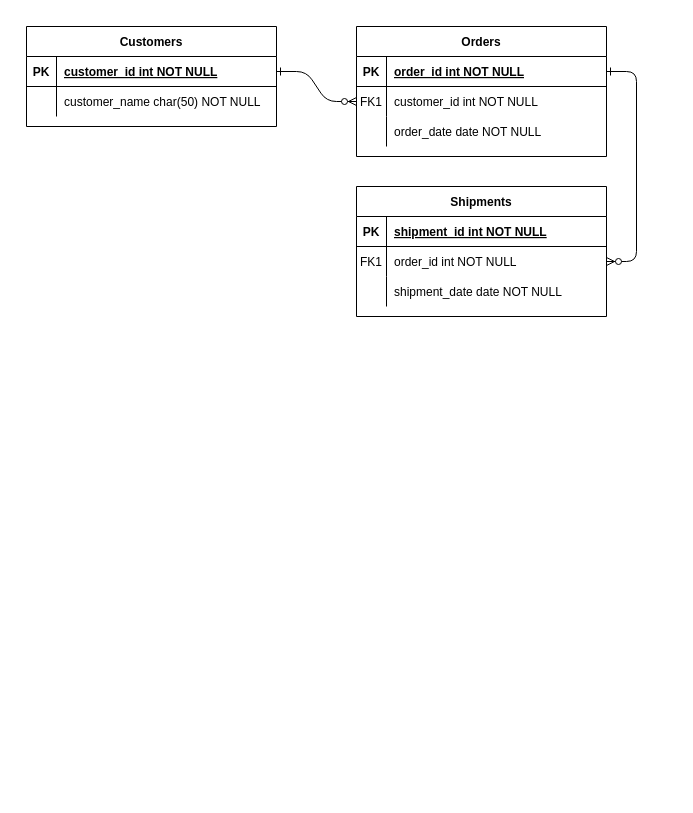
nurezzajeslin/Exercise-1 keeps this draw.io diagram as Untitled Diagram.drawio. Above is the earlier version. Source tidied: cells renumbered, new cells numbered last; positions are measured from the earlier drawing's top-left corner, leaving out a move shared by most shapes. Both pictures are drawn from the tidied source at 100%, with x=0, y=0 at pixel (26, 26).
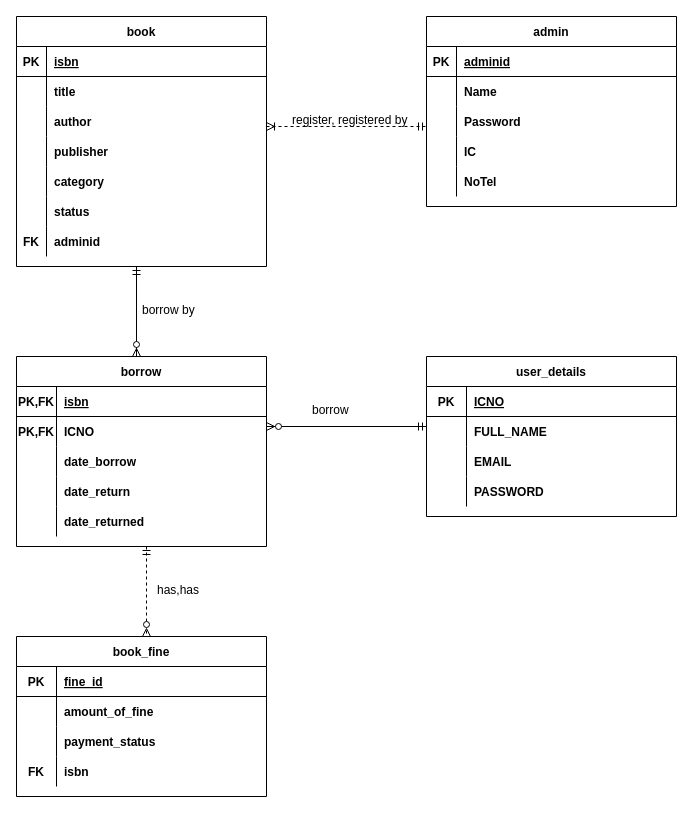
After the change.

The change refers to these unchanged cells:
```xml
<mxCell id="5" style="shape=partialRectangle;fillColor=none;points=[[0,0.5],[1,0.5]];portConstraint=eastwest;top=0;left=0;right=0;bottom=1;" parent="4" vertex="1">
  <mxGeometry y="30" width="250" height="30" as="geometry" />
</mxCell>
<mxCell id="8" style="shape=partialRectangle;fillColor=none;points=[[0,0.5],[1,0.5]];portConstraint=eastwest;top=0;left=0;right=0;bottom=0;" parent="4" vertex="1">
  <mxGeometry y="60" width="250" height="30" as="geometry" />
</mxCell>
<mxCell id="11" style="shape=partialRectangle;fillColor=none;top=0;left=0;right=0;bottom=0;" parent="4" vertex="1">
  <mxGeometry y="90" width="250" height="30" as="geometry" />
</mxCell>
<mxCell id="15" style="shape=partialRectangle;fillColor=none;top=0;left=0;right=0;bottom=1;" parent="14" vertex="1">
  <mxGeometry y="30" width="250" height="30" as="geometry" />
</mxCell>
<mxCell id="18" style="shape=partialRectangle;fillColor=none;points=[[0,0.5],[1,0.5]];portConstraint=eastwest;top=0;left=0;right=0;bottom=0;" parent="14" vertex="1">
  <mxGeometry y="60" width="250" height="30" as="geometry" />
</mxCell>
<mxCell id="21" style="shape=partialRectangle;fillColor=none;top=0;left=0;right=0;bottom=0;" parent="14" vertex="1">
  <mxGeometry y="90" width="250" height="30" as="geometry" />
</mxCell>
<mxCell id="25" style="shape=partialRectangle;fillColor=none;points=[[0,0.5],[1,0.5]];portConstraint=eastwest;top=0;left=0;right=0;bottom=1;" parent="24" vertex="1">
  <mxGeometry y="30" width="250" height="30" as="geometry" />
</mxCell>
<mxCell id="28" style="shape=partialRectangle;fillColor=none;top=0;left=0;right=0;bottom=0;" parent="24" vertex="1">
  <mxGeometry y="60" width="250" height="30" as="geometry" />
</mxCell>
```

What changed in the source:
```diff
@@
-    <mxCell id="2" style="edgeStyle=entityRelationEdgeStyle;endArrow=ERzeroToMany;startArrow=ERone;endFill=1;startFill=0;" parent="1" edge="1" source="25" target="8">
-      <mxGeometry relative="1" as="geometry" />
-    </mxCell>
-    <mxCell id="3" style="edgeStyle=entityRelationEdgeStyle;endArrow=ERzeroToMany;startArrow=ERone;endFill=1;startFill=0;" parent="1" edge="1" source="5" target="18">
-      <mxGeometry relative="1" as="geometry" />
-    </mxCell>
-    <mxCell id="4" value="Orders" style="shape=table;startSize=30;childLayout=tableLayout;rowLines=0;fontStyle=1;align=center;" parent="1" vertex="1">
-      <mxGeometry x="330" width="250" height="130" as="geometry" />
+    <mxCell id="4" value="admin" style="shape=table;startSize=30;childLayout=tableLayout;rowLines=0;fontStyle=1;align=center;" parent="1" vertex="1">
+      <mxGeometry x="400" y="-10" width="250" height="190" as="geometry" />
     </mxCell>
@@
-    <mxCell id="7" value="order_id int NOT NULL " style="shape=partialRectangle;overflow=hidden;fillColor=none;top=0;left=0;bottom=0;right=0;align=left;spacingLeft=6;fontStyle=5;" parent="5" vertex="1">
+    <mxCell id="7" value="adminid" style="shape=partialRectangle;overflow=hidden;fillColor=none;top=0;left=0;bottom=0;right=0;align=left;spacingLeft=6;fontStyle=5;" parent="5" vertex="1">
       <mxGeometry x="30" width="220" height="30" as="geometry" />
     </mxCell>
@@
-    <mxCell id="9" value="FK1" style="shape=partialRectangle;overflow=hidden;fillColor=none;top=0;left=0;bottom=0;right=0;" parent="8" vertex="1">
+    <mxCell id="9" style="shape=partialRectangle;overflow=hidden;fillColor=none;top=0;left=0;bottom=0;right=0;" parent="8" vertex="1">
       <mxGeometry width="30" height="30" as="geometry" />
     </mxCell>
-    <mxCell id="10" value="customer_id int NOT NULL" style="shape=partialRectangle;overflow=hidden;fillColor=none;top=0;left=0;bottom=0;right=0;align=left;spacingLeft=6;" parent="8" vertex="1">
+    <mxCell id="10" value="Name" style="shape=partialRectangle;overflow=hidden;fillColor=none;top=0;left=0;bottom=0;right=0;align=left;spacingLeft=6;fontStyle=1;" parent="8" vertex="1">
       <mxGeometry x="30" width="220" height="30" as="geometry" />
     </mxCell>
@@
-    <mxCell id="13" value="order_date date NOT NULL" style="shape=partialRectangle;overflow=hidden;fillColor=none;top=0;left=0;bottom=0;right=0;align=left;spacingLeft=6;" parent="11" vertex="1">
+    <mxCell id="13" value="Password" style="shape=partialRectangle;overflow=hidden;fillColor=none;top=0;left=0;bottom=0;right=0;align=left;spacingLeft=6;fontStyle=1;" parent="11" vertex="1">
       <mxGeometry x="30" width="220" height="30" as="geometry" />
     </mxCell>
+    <mxCell id="31" style="shape=partialRectangle;fillColor=none;top=0;left=0;bottom=0;right=0;" parent="4" vertex="1">
+      <mxGeometry y="120" width="250" height="30" as="geometry" />
+    </mxCell>
+    <mxCell id="32" style="shape=partialRectangle;fillColor=none;top=0;left=0;bottom=0;right=0;overflow=hidden;" parent="31" vertex="1">
+      <mxGeometry width="30" height="30" as="geometry" />
+    </mxCell>
+    <mxCell id="33" value="IC" style="shape=partialRectangle;fillColor=none;top=0;left=0;bottom=0;right=0;align=left;spacingLeft=6;overflow=hidden;fontStyle=1;" parent="31" vertex="1">
+      <mxGeometry x="30" width="220" height="30" as="geometry" />
+    </mxCell>
+    <mxCell id="34" style="shape=partialRectangle;fillColor=none;top=0;left=0;bottom=0;right=0;" parent="4" vertex="1">
+      <mxGeometry y="150" width="250" height="30" as="geometry" />
+    </mxCell>
+    <mxCell id="35" style="shape=partialRectangle;fillColor=none;top=0;left=0;bottom=0;right=0;overflow=hidden;" parent="34" vertex="1">
+      <mxGeometry width="30" height="30" as="geometry" />
+    </mxCell>
+    <mxCell id="36" value="NoTel" style="shape=partialRectangle;fillColor=none;top=0;left=0;bottom=0;right=0;align=left;spacingLeft=6;overflow=hidden;fontStyle=1;" parent="34" vertex="1">
+      <mxGeometry x="30" width="220" height="30" as="geometry" />
+    </mxCell>
-    <mxCell id="14" value="Shipments" style="shape=table;startSize=30;childLayout=tableLayout;rowLines=0;fontStyle=1;align=center;" parent="1" vertex="1">
-      <mxGeometry x="330" y="160" width="250" height="130" as="geometry" />
+    <mxCell id="14" value="borrow" style="shape=table;startSize=30;childLayout=tableLayout;rowLines=0;fontStyle=1;align=center;" parent="1" vertex="1">
+      <mxGeometry x="-10" y="330" width="250" height="190" as="geometry" />
     </mxCell>
@@
-    <mxCell id="16" value="PK" style="shape=partialRectangle;overflow=hidden;fillColor=none;top=0;left=0;bottom=0;right=0;fontStyle=1;" parent="15" vertex="1">
-      <mxGeometry width="30" height="30" as="geometry" />
+    <mxCell id="16" value="PK,FK" style="shape=partialRectangle;overflow=hidden;fillColor=none;top=0;left=0;bottom=0;right=0;fontStyle=1;" parent="15" vertex="1">
+      <mxGeometry width="40" height="30" as="geometry" />
     </mxCell>
-    <mxCell id="17" value="shipment_id int NOT NULL " style="shape=partialRectangle;overflow=hidden;fillColor=none;top=0;left=0;bottom=0;right=0;align=left;spacingLeft=6;fontStyle=5;" parent="15" vertex="1">
-      <mxGeometry x="30" width="220" height="30" as="geometry" />
+    <mxCell id="17" value="isbn" style="shape=partialRectangle;overflow=hidden;fillColor=none;top=0;left=0;bottom=0;right=0;align=left;spacingLeft=6;fontStyle=5;" parent="15" vertex="1">
+      <mxGeometry x="40" width="210" height="30" as="geometry" />
     </mxCell>
@@
-    <mxCell id="19" value="FK1" style="shape=partialRectangle;overflow=hidden;fillColor=none;top=0;left=0;bottom=0;right=0;" parent="18" vertex="1">
-      <mxGeometry width="30" height="30" as="geometry" />
+    <mxCell id="19" value="PK,FK" style="shape=partialRectangle;overflow=hidden;fillColor=none;top=0;left=0;bottom=0;right=0;fontStyle=1;" parent="18" vertex="1">
+      <mxGeometry width="40" height="30" as="geometry" />
     </mxCell>
-    <mxCell id="20" value="order_id int NOT NULL" style="shape=partialRectangle;overflow=hidden;fillColor=none;top=0;left=0;bottom=0;right=0;align=left;spacingLeft=6;" parent="18" vertex="1">
-      <mxGeometry x="30" width="220" height="30" as="geometry" />
+    <mxCell id="20" value="ICNO" style="shape=partialRectangle;overflow=hidden;fillColor=none;top=0;left=0;bottom=0;right=0;align=left;spacingLeft=6;fontStyle=1;" parent="18" vertex="1">
+      <mxGeometry x="40" width="210" height="30" as="geometry" />
     </mxCell>
@@
     <mxCell id="22" style="shape=partialRectangle;overflow=hidden;fillColor=none;top=0;left=0;bottom=0;right=0;" parent="21" vertex="1">
-      <mxGeometry width="30" height="30" as="geometry" />
+      <mxGeometry width="40" height="30" as="geometry" />
     </mxCell>
-    <mxCell id="23" value="shipment_date date NOT NULL" style="shape=partialRectangle;overflow=hidden;fillColor=none;top=0;left=0;bottom=0;right=0;align=left;spacingLeft=6;" parent="21" vertex="1">
-      <mxGeometry x="30" width="220" height="30" as="geometry" />
+    <mxCell id="23" value="date_borrow" style="shape=partialRectangle;overflow=hidden;fillColor=none;top=0;left=0;bottom=0;right=0;align=left;spacingLeft=6;fontStyle=1;" parent="21" vertex="1">
+      <mxGeometry x="40" width="210" height="30" as="geometry" />
     </mxCell>
+    <mxCell id="37" style="shape=partialRectangle;fillColor=none;top=0;left=0;bottom=0;right=0;" parent="14" vertex="1">
+      <mxGeometry y="120" width="250" height="30" as="geometry" />
+    </mxCell>
+    <mxCell id="38" style="shape=partialRectangle;fillColor=none;top=0;left=0;bottom=0;right=0;overflow=hidden;" parent="37" vertex="1">
+      <mxGeometry width="40" height="30" as="geometry" />
+    </mxCell>
+    <mxCell id="39" value="date_return" style="shape=partialRectangle;fillColor=none;top=0;left=0;bottom=0;right=0;align=left;spacingLeft=6;overflow=hidden;fontStyle=1;" parent="37" vertex="1">
+      <mxGeometry x="40" width="210" height="30" as="geometry" />
+    </mxCell>
+    <mxCell id="40" style="shape=partialRectangle;fillColor=none;top=0;left=0;bottom=0;right=0;" parent="14" vertex="1">
+      <mxGeometry y="150" width="250" height="30" as="geometry" />
+    </mxCell>
+    <mxCell id="41" style="shape=partialRectangle;fillColor=none;top=0;left=0;bottom=0;right=0;overflow=hidden;" parent="40" vertex="1">
+      <mxGeometry width="40" height="30" as="geometry" />
+    </mxCell>
+    <mxCell id="42" value="date_returned" style="shape=partialRectangle;fillColor=none;top=0;left=0;bottom=0;right=0;align=left;spacingLeft=6;overflow=hidden;fontStyle=1;" parent="40" vertex="1">
+      <mxGeometry x="40" width="210" height="30" as="geometry" />
+    </mxCell>
-    <mxCell id="24" value="Customers" style="shape=table;startSize=30;childLayout=tableLayout;rowLines=0;fontStyle=1;align=center;" parent="1" vertex="1">
-      <mxGeometry width="250" height="100" as="geometry" />
+    <mxCell id="24" value="book" style="shape=table;startSize=30;childLayout=tableLayout;rowLines=0;fontStyle=1;align=center;" parent="1" vertex="1">
+      <mxGeometry x="-10" y="-10" width="250" height="250" as="geometry" />
     </mxCell>
@@
-    <mxCell id="27" value="customer_id int NOT NULL " style="shape=partialRectangle;overflow=hidden;fillColor=none;top=0;left=0;bottom=0;right=0;align=left;spacingLeft=6;fontStyle=5;" parent="25" vertex="1">
+    <mxCell id="27" value="isbn" style="shape=partialRectangle;overflow=hidden;fillColor=none;top=0;left=0;bottom=0;right=0;align=left;spacingLeft=6;fontStyle=5;" parent="25" vertex="1">
       <mxGeometry x="30" width="220" height="30" as="geometry" />
     </mxCell>
@@
-    <mxCell id="30" value="customer_name char(50) NOT NULL" style="shape=partialRectangle;overflow=hidden;fillColor=none;top=0;left=0;bottom=0;right=0;align=left;spacingLeft=6;" parent="28" vertex="1">
+    <mxCell id="30" value="title" style="shape=partialRectangle;overflow=hidden;fillColor=none;top=0;left=0;bottom=0;right=0;align=left;spacingLeft=6;fontStyle=1;" parent="28" vertex="1">
       <mxGeometry x="30" width="220" height="30" as="geometry" />
     </mxCell>
+    <mxCell id="43" style="shape=partialRectangle;fillColor=none;top=0;left=0;bottom=0;right=0;" parent="24" vertex="1">
+      <mxGeometry y="90" width="250" height="30" as="geometry" />
+    </mxCell>
+    <mxCell id="44" style="shape=partialRectangle;fillColor=none;top=0;left=0;bottom=0;right=0;overflow=hidden;" parent="43" vertex="1">
+      <mxGeometry width="30" height="30" as="geometry" />
+    </mxCell>
+    <mxCell id="45" value="author" style="shape=partialRectangle;fillColor=none;top=0;left=0;bottom=0;right=0;align=left;spacingLeft=6;overflow=hidden;fontStyle=1;" parent="43" vertex="1">
+      <mxGeometry x="30" width="220" height="30" as="geometry" />
+    </mxCell>
+    <mxCell id="46" style="shape=partialRectangle;fillColor=none;top=0;left=0;bottom=0;right=0;" parent="24" vertex="1">
+      <mxGeometry y="120" width="250" height="30" as="geometry" />
+    </mxCell>
+    <mxCell id="47" style="shape=partialRectangle;fillColor=none;top=0;left=0;bottom=0;right=0;overflow=hidden;" parent="46" vertex="1">
+      <mxGeometry width="30" height="30" as="geometry" />
+    </mxCell>
+    <mxCell id="48" value="publisher" style="shape=partialRectangle;fillColor=none;top=0;left=0;bottom=0;right=0;align=left;spacingLeft=6;overflow=hidden;fontStyle=1;" parent="46" vertex="1">
+      <mxGeometry x="30" width="220" height="30" as="geometry" />
+    </mxCell>
+    <mxCell id="49" style="shape=partialRectangle;fillColor=none;top=0;left=0;bottom=0;right=0;" parent="24" vertex="1">
+      <mxGeometry y="150" width="250" height="30" as="geometry" />
+    </mxCell>
+    <mxCell id="50" style="shape=partialRectangle;fillColor=none;top=0;left=0;bottom=0;right=0;overflow=hidden;" parent="49" vertex="1">
+      <mxGeometry width="30" height="30" as="geometry" />
+    </mxCell>
+    <mxCell id="51" value="category" style="shape=partialRectangle;fillColor=none;top=0;left=0;bottom=0;right=0;align=left;spacingLeft=6;overflow=hidden;fontStyle=1;" parent="49" vertex="1">
+      <mxGeometry x="30" width="220" height="30" as="geometry" />
+    </mxCell>
+    <mxCell id="52" style="shape=partialRectangle;fillColor=none;top=0;left=0;bottom=0;right=0;" parent="24" vertex="1">
+      <mxGeometry y="180" width="250" height="30" as="geometry" />
+    </mxCell>
+    <mxCell id="53" style="shape=partialRectangle;fillColor=none;top=0;left=0;bottom=0;right=0;overflow=hidden;" parent="52" vertex="1">
+      <mxGeometry width="30" height="30" as="geometry" />
+    </mxCell>
+    <mxCell id="54" value="status" style="shape=partialRectangle;fillColor=none;top=0;left=0;bottom=0;right=0;align=left;spacingLeft=6;overflow=hidden;fontStyle=1;" parent="52" vertex="1">
+      <mxGeometry x="30" width="220" height="30" as="geometry" />
+    </mxCell>
+    <mxCell id="55" style="shape=partialRectangle;fillColor=none;top=0;left=0;bottom=0;right=0;" parent="24" vertex="1">
+      <mxGeometry y="210" width="250" height="30" as="geometry" />
+    </mxCell>
+    <mxCell id="56" value="FK" style="shape=partialRectangle;fillColor=none;top=0;left=0;bottom=0;right=0;fontStyle=1;overflow=hidden;" parent="55" vertex="1">
+      <mxGeometry width="30" height="30" as="geometry" />
+    </mxCell>
+    <mxCell id="57" value="adminid" style="shape=partialRectangle;fillColor=none;top=0;left=0;bottom=0;right=0;align=left;spacingLeft=6;fontStyle=1;overflow=hidden;" parent="55" vertex="1">
+      <mxGeometry x="30" width="220" height="30" as="geometry" />
+    </mxCell>
+    <mxCell id="58" value="user_details" style="shape=table;startSize=30;childLayout=tableLayout;rowLines=0;fontStyle=1;align=center;" parent="1" vertex="1">
+      <mxGeometry x="400" y="330" width="250" height="160" as="geometry" />
+    </mxCell>
+    <mxCell id="59" style="shape=partialRectangle;fillColor=none;top=0;left=0;right=0;bottom=1;" parent="58" vertex="1">
+      <mxGeometry y="30" width="250" height="30" as="geometry" />
+    </mxCell>
+    <mxCell id="60" value="PK" style="shape=partialRectangle;overflow=hidden;fillColor=none;top=0;left=0;bottom=0;right=0;fontStyle=1;" parent="59" vertex="1">
+      <mxGeometry width="40" height="30" as="geometry" />
+    </mxCell>
+    <mxCell id="61" value="ICNO" style="shape=partialRectangle;overflow=hidden;fillColor=none;top=0;left=0;bottom=0;right=0;align=left;spacingLeft=6;fontStyle=5;" parent="59" vertex="1">
+      <mxGeometry x="40" width="210" height="30" as="geometry" />
+    </mxCell>
+    <mxCell id="62" style="shape=partialRectangle;fillColor=none;top=0;left=0;right=0;bottom=0;" parent="58" vertex="1">
+      <mxGeometry y="60" width="250" height="30" as="geometry" />
+    </mxCell>
+    <mxCell id="63" style="shape=partialRectangle;overflow=hidden;fillColor=none;top=0;left=0;bottom=0;right=0;" parent="62" vertex="1">
+      <mxGeometry width="40" height="30" as="geometry" />
+    </mxCell>
+    <mxCell id="64" value="FULL_NAME" style="shape=partialRectangle;overflow=hidden;fillColor=none;top=0;left=0;bottom=0;right=0;align=left;spacingLeft=6;fontStyle=1;" parent="62" vertex="1">
+      <mxGeometry x="40" width="210" height="30" as="geometry" />
+    </mxCell>
+    <mxCell id="65" style="shape=partialRectangle;fillColor=none;top=0;left=0;bottom=0;right=0;" parent="58" vertex="1">
+      <mxGeometry y="90" width="250" height="30" as="geometry" />
+    </mxCell>
+    <mxCell id="66" style="shape=partialRectangle;fillColor=none;top=0;left=0;bottom=0;right=0;overflow=hidden;" parent="65" vertex="1">
+      <mxGeometry width="40" height="30" as="geometry" />
+    </mxCell>
+    <mxCell id="67" value="EMAIL" style="shape=partialRectangle;fillColor=none;top=0;left=0;bottom=0;right=0;align=left;spacingLeft=6;overflow=hidden;fontStyle=1;" parent="65" vertex="1">
+      <mxGeometry x="40" width="210" height="30" as="geometry" />
+    </mxCell>
+    <mxCell id="68" style="shape=partialRectangle;fillColor=none;top=0;left=0;bottom=0;right=0;" parent="58" vertex="1">
+      <mxGeometry y="120" width="250" height="30" as="geometry" />
+    </mxCell>
+    <mxCell id="69" style="shape=partialRectangle;fillColor=none;top=0;left=0;bottom=0;right=0;overflow=hidden;" parent="68" vertex="1">
+      <mxGeometry width="40" height="30" as="geometry" />
+    </mxCell>
+    <mxCell id="70" value="PASSWORD" style="shape=partialRectangle;fillColor=none;top=0;left=0;bottom=0;right=0;align=left;spacingLeft=6;overflow=hidden;fontStyle=1;" parent="68" vertex="1">
+      <mxGeometry x="40" width="210" height="30" as="geometry" />
+    </mxCell>
+    <mxCell id="71" value="book_fine" style="shape=table;startSize=30;childLayout=tableLayout;rowLines=0;fontStyle=1;align=center;" parent="1" vertex="1">
+      <mxGeometry x="-10" y="610" width="250" height="160" as="geometry" />
+    </mxCell>
+    <mxCell id="72" style="shape=partialRectangle;fillColor=none;top=0;left=0;right=0;bottom=1;" parent="71" vertex="1">
+      <mxGeometry y="30" width="250" height="30" as="geometry" />
+    </mxCell>
+    <mxCell id="73" value="PK" style="shape=partialRectangle;overflow=hidden;fillColor=none;top=0;left=0;bottom=0;right=0;fontStyle=1;" parent="72" vertex="1">
+      <mxGeometry width="40" height="30" as="geometry" />
+    </mxCell>
+    <mxCell id="74" value="fine_id" style="shape=partialRectangle;overflow=hidden;fillColor=none;top=0;left=0;bottom=0;right=0;align=left;spacingLeft=6;fontStyle=5;" parent="72" vertex="1">
+      <mxGeometry x="40" width="210" height="30" as="geometry" />
+    </mxCell>
+    <mxCell id="75" style="shape=partialRectangle;fillColor=none;top=0;left=0;right=0;bottom=0;" parent="71" vertex="1">
+      <mxGeometry y="60" width="250" height="30" as="geometry" />
+    </mxCell>
+    <mxCell id="76" style="shape=partialRectangle;overflow=hidden;fillColor=none;top=0;left=0;bottom=0;right=0;" parent="75" vertex="1">
+      <mxGeometry width="40" height="30" as="geometry" />
+    </mxCell>
+    <mxCell id="77" value="amount_of_fine" style="shape=partialRectangle;overflow=hidden;fillColor=none;top=0;left=0;bottom=0;right=0;align=left;spacingLeft=6;fontStyle=1;" parent="75" vertex="1">
+      <mxGeometry x="40" width="210" height="30" as="geometry" />
+    </mxCell>
+    <mxCell id="78" style="shape=partialRectangle;fillColor=none;top=0;left=0;bottom=0;right=0;" parent="71" vertex="1">
+      <mxGeometry y="90" width="250" height="30" as="geometry" />
+    </mxCell>
+    <mxCell id="79" style="shape=partialRectangle;fillColor=none;top=0;left=0;bottom=0;right=0;overflow=hidden;" parent="78" vertex="1">
+      <mxGeometry width="40" height="30" as="geometry" />
+    </mxCell>
+    <mxCell id="80" value="payment_status" style="shape=partialRectangle;fillColor=none;top=0;left=0;bottom=0;right=0;align=left;spacingLeft=6;overflow=hidden;fontStyle=1;" parent="78" vertex="1">
+      <mxGeometry x="40" width="210" height="30" as="geometry" />
+    </mxCell>
+    <mxCell id="81" style="shape=partialRectangle;fillColor=none;top=0;left=0;bottom=0;right=0;" parent="71" vertex="1">
+      <mxGeometry y="120" width="250" height="30" as="geometry" />
+    </mxCell>
+    <mxCell id="82" value="FK" style="shape=partialRectangle;fillColor=none;top=0;left=0;bottom=0;right=0;overflow=hidden;fontStyle=1;" parent="81" vertex="1">
+      <mxGeometry width="40" height="30" as="geometry" />
+    </mxCell>
+    <mxCell id="83" value="isbn" style="shape=partialRectangle;fillColor=none;top=0;left=0;bottom=0;right=0;align=left;spacingLeft=6;overflow=hidden;fontStyle=1;" parent="81" vertex="1">
+      <mxGeometry x="40" width="210" height="30" as="geometry" />
+    </mxCell>
+    <mxCell id="84" style="endArrow=ERmandOne;html=1;rounded=0;dashed=1;startArrow=ERoneToMany;startFill=0;endFill=0;" parent="1" edge="1">
+      <mxGeometry relative="1" as="geometry">
+        <mxPoint x="240" y="100" as="sourcePoint" />
+        <mxPoint x="400" y="100" as="targetPoint" />
+      </mxGeometry>
+    </mxCell>
+    <mxCell id="85" value="register, registered by" style="text;strokeColor=none;fillColor=none;spacingLeft=4;spacingRight=4;overflow=hidden;fontSize=12;" parent="1" vertex="1">
+      <mxGeometry x="260" y="80" width="130" height="30" as="geometry" />
+    </mxCell>
+    <mxCell id="86" style="endArrow=ERzeroToMany;html=1;rounded=0;endFill=1;startArrow=ERmandOne;startFill=0;" parent="1" edge="1">
+      <mxGeometry relative="1" as="geometry">
+        <mxPoint x="110" y="240" as="sourcePoint" />
+        <mxPoint x="110" y="330" as="targetPoint" />
+      </mxGeometry>
+    </mxCell>
+    <mxCell id="87" style="endArrow=ERmandOne;html=1;rounded=0;endFill=0;startArrow=ERzeroToMany;startFill=1;" parent="1" edge="1">
+      <mxGeometry relative="1" as="geometry">
+        <mxPoint x="240" y="400" as="sourcePoint" />
+        <mxPoint x="400" y="400" as="targetPoint" />
+      </mxGeometry>
+    </mxCell>
+    <mxCell id="88" value="borrow by" style="text;strokeColor=none;fillColor=none;spacingLeft=4;spacingRight=4;overflow=hidden;fontSize=12;" parent="1" vertex="1">
+      <mxGeometry x="110" y="270" width="70" height="30" as="geometry" />
+    </mxCell>
+    <mxCell id="89" value="borrow" style="text;strokeColor=none;fillColor=none;spacingLeft=4;spacingRight=4;overflow=hidden;fontSize=12;" parent="1" vertex="1">
+      <mxGeometry x="280" y="370" width="70" height="30" as="geometry" />
+    </mxCell>
+    <mxCell id="90" style="endArrow=ERzeroToMany;html=1;rounded=0;endFill=1;startArrow=ERmandOne;startFill=0;dashed=1;" parent="1" edge="1">
+      <mxGeometry relative="1" as="geometry">
+        <mxPoint x="120" y="520" as="sourcePoint" />
+        <mxPoint x="120" y="610" as="targetPoint" />
+      </mxGeometry>
+    </mxCell>
+    <mxCell id="91" value="has,has" style="text;strokeColor=none;fillColor=none;spacingLeft=4;spacingRight=4;overflow=hidden;fontSize=12;" parent="1" vertex="1">
+      <mxGeometry x="125" y="550" width="55" height="30" as="geometry" />
+    </mxCell>
```
